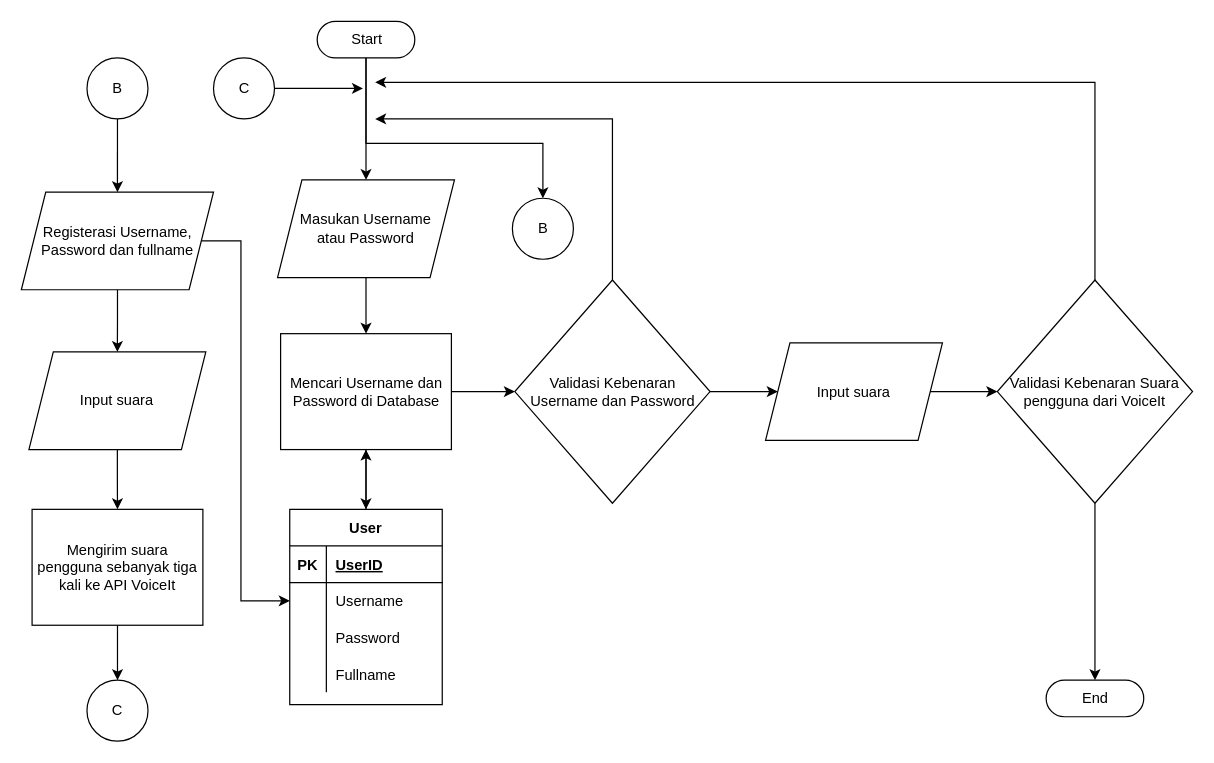
This is Jalan Rancangan.drawio from karageee/Login-system-and-gmm-voice-auth, a draw.io file, before an edit. Source tidied: cells renumbered, new cells numbered last; positions are measured from the earlier drawing's top-left corner, leaving out a move shared by most shapes. Both pictures are drawn from the tidied source at 122%, with x=0, y=0 at pixel (21, 21).
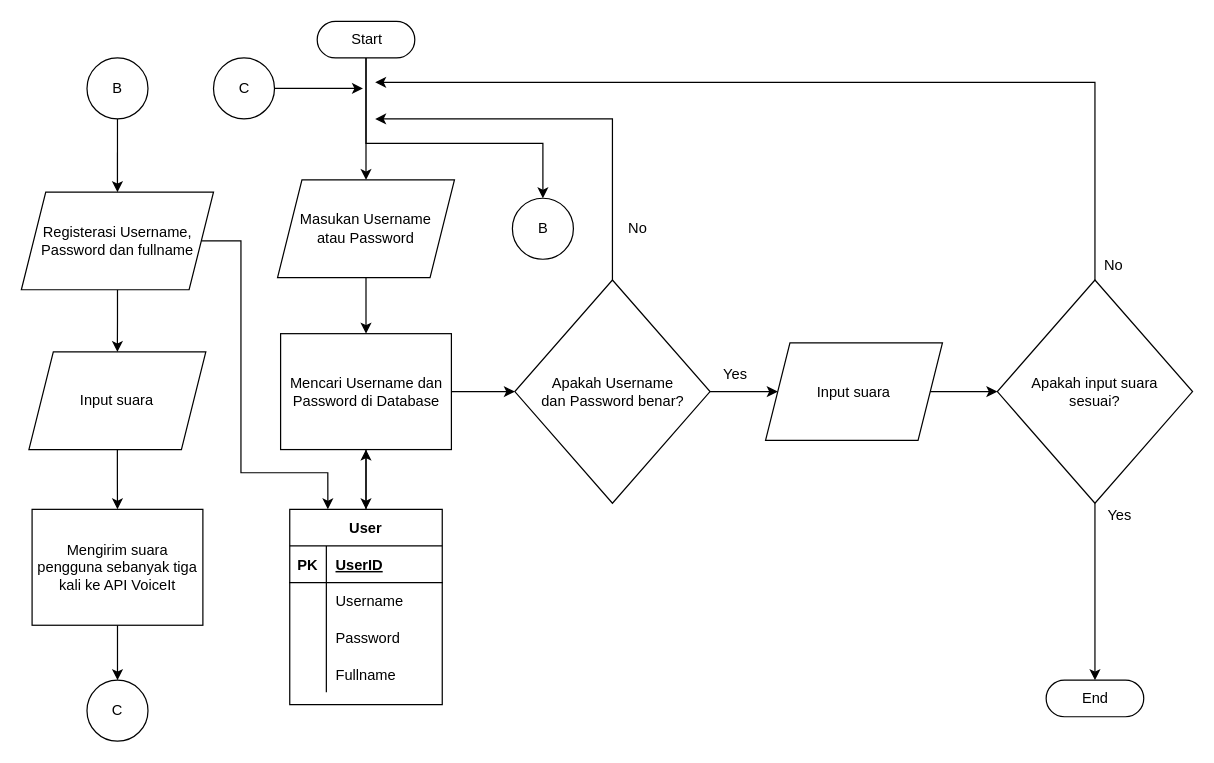
Above is the later version.

Unchanged cells that the change refers to:
```xml
<mxCell id="19" value="Registerasi Username, Password dan fullname" style="shape=parallelogram;perimeter=parallelogramPerimeter;whiteSpace=wrap;html=1;fixedSize=1;" parent="1" vertex="1">
  <mxGeometry y="140" width="157.5" height="80" as="geometry" />
</mxCell>
<mxCell id="27" value="User" style="shape=table;startSize=30;childLayout=tableLayout;rowLines=0;fontStyle=1;align=center;" parent="1" vertex="1">
  <mxGeometry x="220" y="400" width="125" height="160" as="geometry" />
</mxCell>
<mxCell id="31" style="shape=partialRectangle;fillColor=none;top=0;left=0;bottom=0;right=0;points=[[0,0.5],[1,0.5]];portConstraint=eastwest;" parent="27" vertex="1">
  <mxGeometry y="60" width="125" height="30" as="geometry" />
</mxCell>
```

The edit, as a diff of the source:
```diff
@@
-    <mxCell id="12" value="Validasi Kebenaran Username dan Password" style="rhombus;whiteSpace=wrap;html=1;" parent="1" vertex="1">
+    <mxCell id="12" value="Apakah Username&lt;br&gt;dan Password benar?" style="rhombus;whiteSpace=wrap;html=1;" parent="1" vertex="1">
       <mxGeometry x="404.5" y="212" width="160" height="183" as="geometry" />
     </mxCell>
@@
-    <mxCell id="17" style="edgeStyle=orthogonalEdgeStyle;rounded=0;jettySize=auto;html=1;entryX=0;entryY=0.5;entryDx=0;entryDy=0;" parent="1" edge="1" source="19" target="31">
-      <mxGeometry relative="1" as="geometry">
-        <Array as="points">
-          <mxPoint x="180" y="180" />
-          <mxPoint x="180" y="475" />
-        </Array>
-      </mxGeometry>
-    </mxCell>
@@
+    <mxCell id="46" style="edgeStyle=orthogonalEdgeStyle;rounded=0;jettySize=auto;html=1;entryX=0.25;entryY=0;entryDx=0;entryDy=0;" parent="1" edge="1" source="19" target="27">
+      <mxGeometry relative="1" as="geometry">
+        <Array as="points">
+          <mxPoint x="180" y="180" />
+          <mxPoint x="180" y="370" />
+          <mxPoint x="251" y="370" />
+        </Array>
+      </mxGeometry>
+    </mxCell>
@@
-    <mxCell id="42" value="Validasi Kebenaran Suara pengguna dari VoiceIt" style="rhombus;whiteSpace=wrap;html=1;" parent="1" vertex="1">
+    <mxCell id="42" value="Apakah input suara &lt;br&gt;sesuai?" style="rhombus;whiteSpace=wrap;html=1;" parent="1" vertex="1">
       <mxGeometry x="800" y="212" width="160" height="183" as="geometry" />
     </mxCell>
@@
+    <mxCell id="47" value="No" style="text;html=1;align=center;verticalAlign=middle;" parent="1" vertex="1">
+      <mxGeometry x="490" y="160" width="30" height="20" as="geometry" />
+    </mxCell>
+    <mxCell id="48" value="Yes" style="text;html=1;align=center;verticalAlign=middle;" parent="1" vertex="1">
+      <mxGeometry x="564.5" y="280" width="40" height="20" as="geometry" />
+    </mxCell>
+    <mxCell id="49" value="No" style="text;html=1;align=center;verticalAlign=middle;" parent="1" vertex="1">
+      <mxGeometry x="880" y="190" width="30" height="20" as="geometry" />
+    </mxCell>
+    <mxCell id="50" value="Yes" style="text;html=1;align=center;verticalAlign=middle;" parent="1" vertex="1">
+      <mxGeometry x="880" y="395" width="40" height="20" as="geometry" />
+    </mxCell>
```
